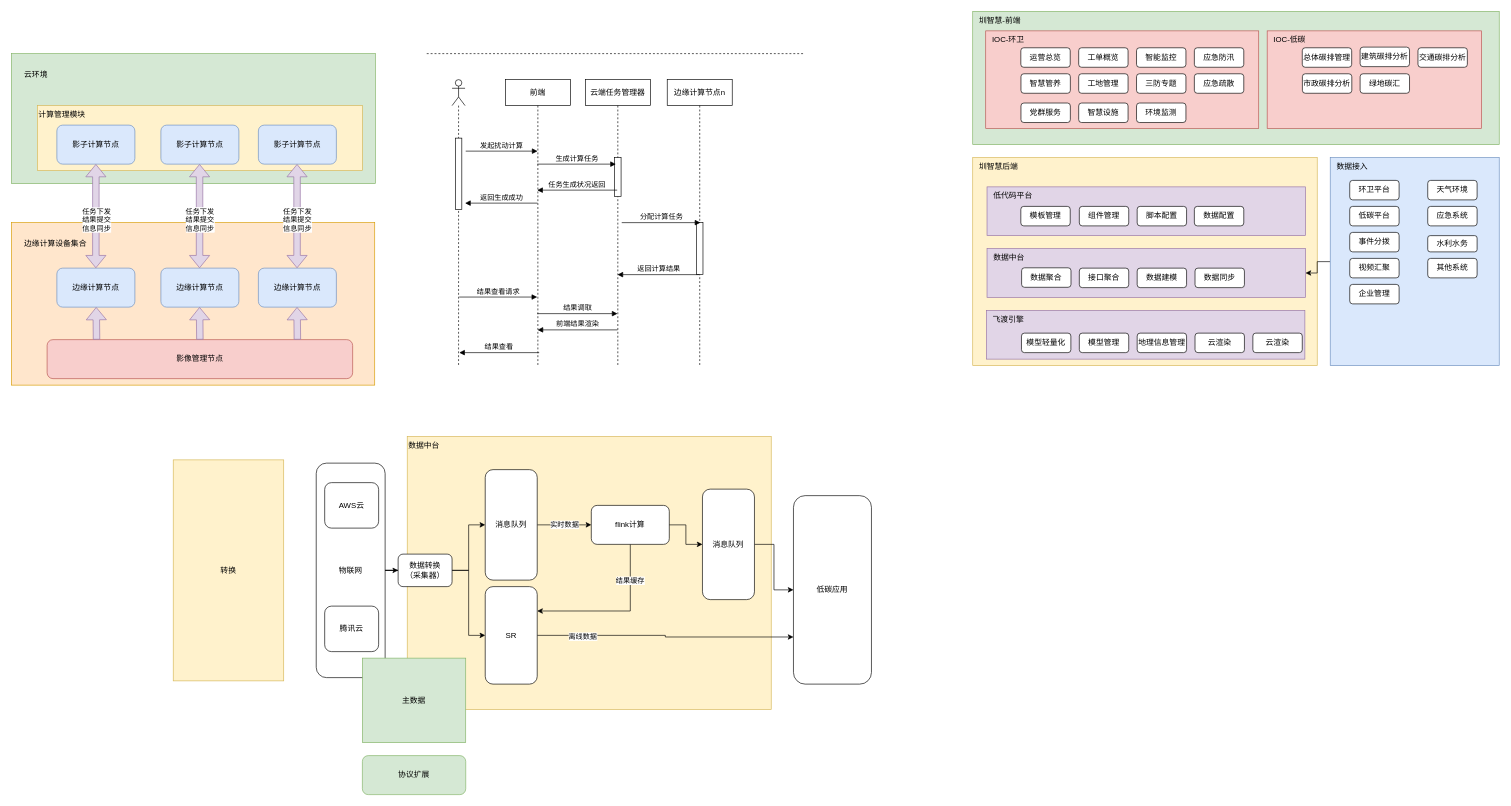
The draw.io diagram 计算流程.drawio in dforel/dforel, before the edit. Source tidied: cells renumbered, new cells numbered last; positions are measured from the earlier drawing's top-left corner, leaving out a move shared by most shapes. Both pictures are drawn from the tidied source at 65%, with x=0, y=0 at pixel (11, 11).
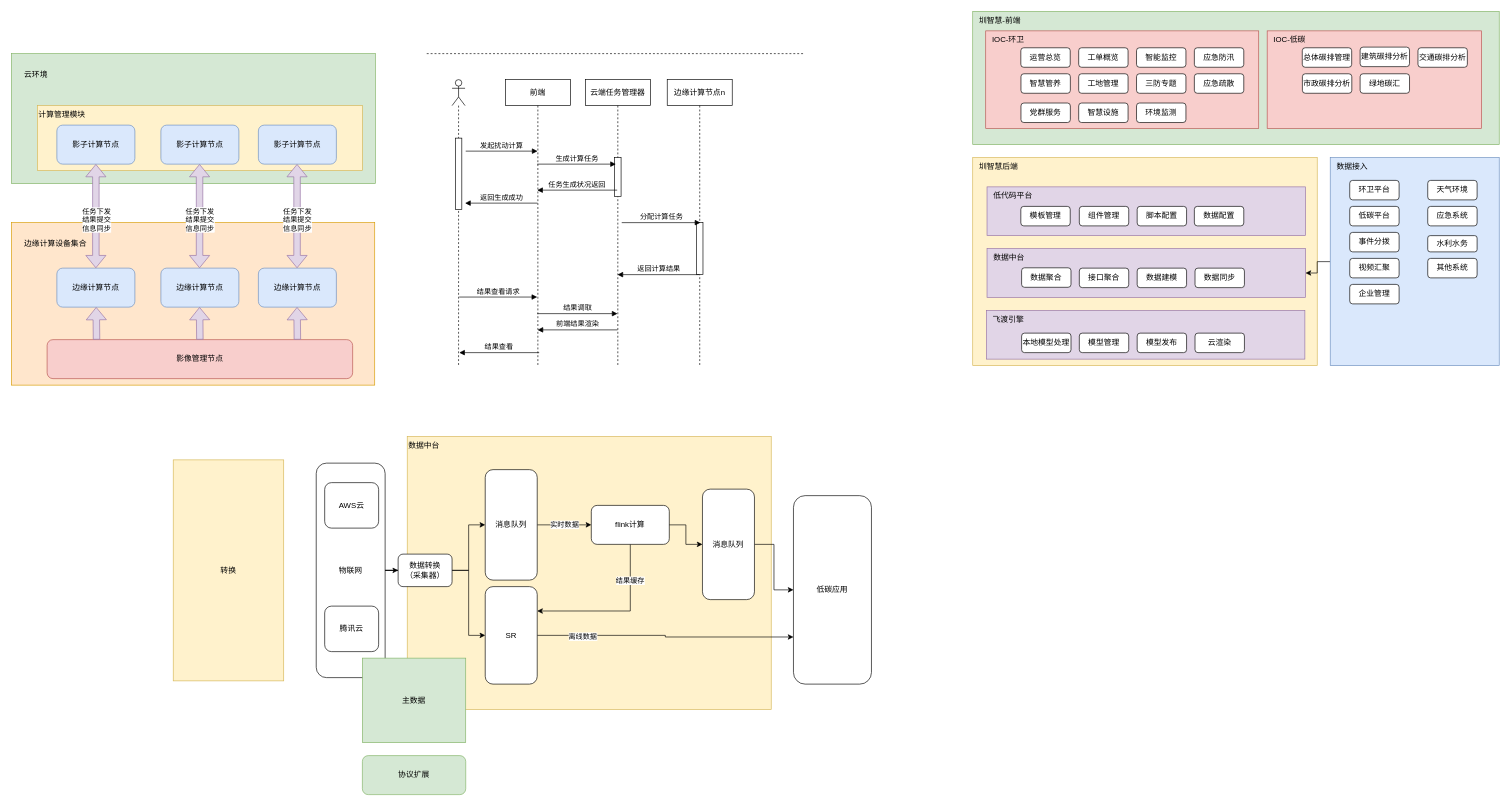
The same page after the edit.

Commit message:
更新计算流程.drawio

What changed in the source:
```diff
@@
-    <mxCell id="86" value="模型轻量化" style="rounded=1;whiteSpace=wrap;html=1;" parent="1" vertex="1">
-      <mxGeometry x="1554" y="495" width="76" height="30" as="geometry" />
-    </mxCell>
@@
-    <mxCell id="88" value="地理信息管理" style="rounded=1;whiteSpace=wrap;html=1;" parent="1" vertex="1">
+    <mxCell id="88" value="模型发布" style="rounded=1;whiteSpace=wrap;html=1;" parent="1" vertex="1">
       <mxGeometry x="1732" y="495" width="76" height="30" as="geometry" />
     </mxCell>
@@
-    <mxCell id="90" value="云渲染" style="rounded=1;whiteSpace=wrap;html=1;" parent="1" vertex="1">
-      <mxGeometry x="1910" y="495" width="76" height="30" as="geometry" />
+    <mxCell id="90" value="本地模型处理" style="rounded=1;whiteSpace=wrap;html=1;" parent="1" vertex="1">
+      <mxGeometry x="1554.2" y="495" width="76" height="30" as="geometry" />
     </mxCell>
```
